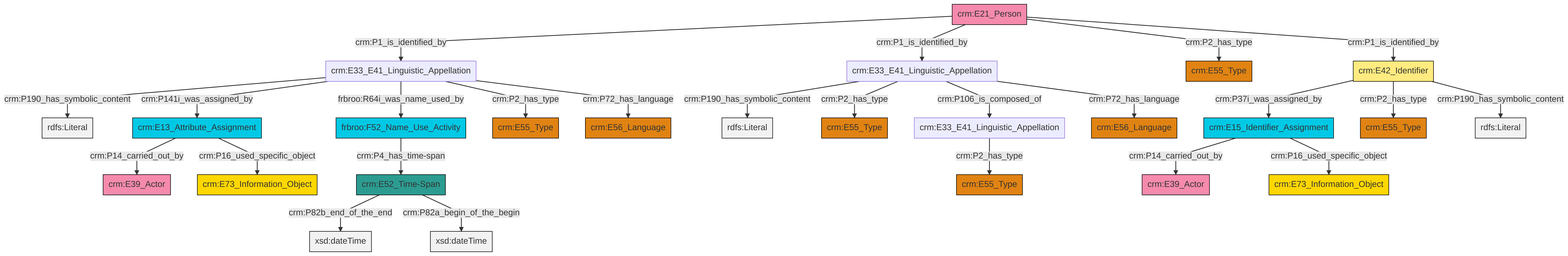
Before: et/personCSV/ttl/mmd/png/Person_Names_and_Classification.png, a diagram exported from Mermaid (swiss-art-research-net/docs.swissartresearch). Its source is kept beside it as et/personCSV/ttl/mmd/Person_Names_and_Classification.ttl.mmd.
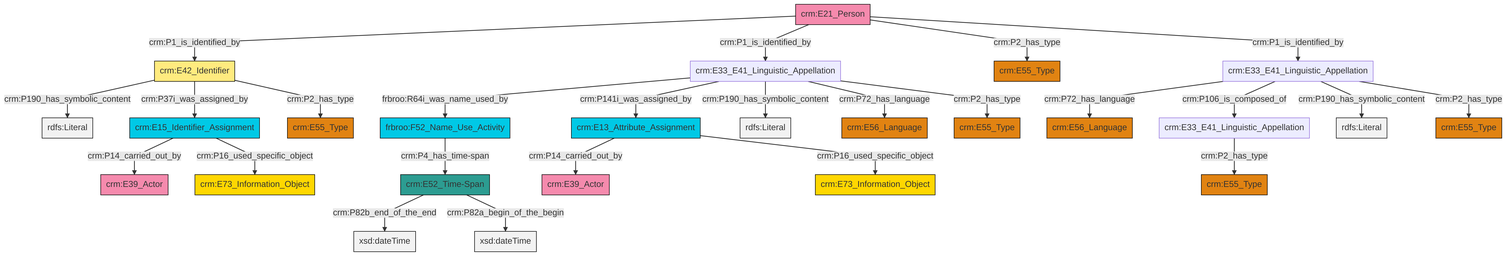
Above is the later version.

Change to the diagram source:
```diff
@@ -13,27 +13,27 @@
 classDef PC_Classes fill:#4ce600, stroke:#000000;
 classDef Multi fill:#cccccc,stroke:#000000;
 
-2["crm:E21_Person"]:::Actor -->|crm:P1_is_identified_by| 3["crm:E33_E41_Linguistic_Appellation"]:::Default
-4["crm:E33_E41_Linguistic_Appellation"]:::Default -->|crm:P190_has_symbolic_content| 5[rdfs:Literal]:::Literal
-2["crm:E21_Person"]:::Actor -->|crm:P1_is_identified_by| 4["crm:E33_E41_Linguistic_Appellation"]:::Default
-11["crm:E33_E41_Linguistic_Appellation"]:::Default -->|crm:P2_has_type| 12["crm:E55_Type"]:::Type
-13["crm:E52_Time-Span"]:::Time-Span -->|crm:P82b_end_of_the_end| 14[xsd:dateTime]:::Literal
-3["crm:E33_E41_Linguistic_Appellation"]:::Default -->|crm:P190_has_symbolic_content| 15[rdfs:Literal]:::Literal
-4["crm:E33_E41_Linguistic_Appellation"]:::Default -->|crm:P2_has_type| 8["crm:E55_Type"]:::Type
-18["crm:E42_Identifier"]:::Appellation -->|crm:P37i_was_assigned_by| 19["crm:E15_Identifier_Assignment"]:::Temporal_Entity
-4["crm:E33_E41_Linguistic_Appellation"]:::Default -->|crm:P106_is_composed_of| 11["crm:E33_E41_Linguistic_Appellation"]:::Default
-3["crm:E33_E41_Linguistic_Appellation"]:::Default -->|crm:P141i_was_assigned_by| 0["crm:E13_Attribute_Assignment"]:::Temporal_Entity
-3["crm:E33_E41_Linguistic_Appellation"]:::Default -->|frbroo:R64i_was_name_used_by| 6["frbroo:F52_Name_Use_Activity"]:::Temporal_Entity
-18["crm:E42_Identifier"]:::Appellation -->|crm:P2_has_type| 26["crm:E55_Type"]:::Type
-4["crm:E33_E41_Linguistic_Appellation"]:::Default -->|crm:P72_has_language| 28["crm:E56_Language"]:::Type
-13["crm:E52_Time-Span"]:::Time-Span -->|crm:P82a_begin_of_the_begin| 29[xsd:dateTime]:::Literal
-0["crm:E13_Attribute_Assignment"]:::Temporal_Entity -->|crm:P14_carried_out_by| 30["crm:E39_Actor"]:::Actor
-19["crm:E15_Identifier_Assignment"]:::Temporal_Entity -->|crm:P14_carried_out_by| 23["crm:E39_Actor"]:::Actor
-3["crm:E33_E41_Linguistic_Appellation"]:::Default -->|crm:P2_has_type| 35["crm:E55_Type"]:::Type
-19["crm:E15_Identifier_Assignment"]:::Temporal_Entity -->|crm:P16_used_specific_object| 20["crm:E73_Information_Object"]:::Conceptual_Object
-0["crm:E13_Attribute_Assignment"]:::Temporal_Entity -->|crm:P16_used_specific_object| 32["crm:E73_Information_Object"]:::Conceptual_Object
-6["frbroo:F52_Name_Use_Activity"]:::Temporal_Entity -->|crm:P4_has_time-span| 13["crm:E52_Time-Span"]:::Time-Span
-3["crm:E33_E41_Linguistic_Appellation"]:::Default -->|crm:P72_has_language| 38["crm:E56_Language"]:::Type
-2["crm:E21_Person"]:::Actor -->|crm:P2_has_type| 16["crm:E55_Type"]:::Type
-2["crm:E21_Person"]:::Actor -->|crm:P1_is_identified_by| 18["crm:E42_Identifier"]:::Appellation
-18["crm:E42_Identifier"]:::Appellation -->|crm:P190_has_symbolic_content| 45[rdfs:Literal]:::Literal
+4["crm:E13_Attribute_Assignment"]:::Temporal_Entity -->|crm:P14_carried_out_by| 2["crm:E39_Actor"]:::Actor
+5["crm:E33_E41_Linguistic_Appellation"]:::Default -->|crm:P2_has_type| 6["crm:E55_Type"]:::Type
+4["crm:E13_Attribute_Assignment"]:::Temporal_Entity -->|crm:P16_used_specific_object| 7["crm:E73_Information_Object"]:::Conceptual_Object
+9["crm:E15_Identifier_Assignment"]:::Temporal_Entity -->|crm:P14_carried_out_by| 10["crm:E39_Actor"]:::Actor
+0["crm:E21_Person"]:::Actor -->|crm:P1_is_identified_by| 13["crm:E42_Identifier"]:::Appellation
+14["crm:E33_E41_Linguistic_Appellation"]:::Default -->|frbroo:R64i_was_name_used_by| 11["frbroo:F52_Name_Use_Activity"]:::Temporal_Entity
+13["crm:E42_Identifier"]:::Appellation -->|crm:P190_has_symbolic_content| 16[rdfs:Literal]:::Literal
+17["crm:E33_E41_Linguistic_Appellation"]:::Default -->|crm:P72_has_language| 18["crm:E56_Language"]:::Type
+13["crm:E42_Identifier"]:::Appellation -->|crm:P37i_was_assigned_by| 9["crm:E15_Identifier_Assignment"]:::Temporal_Entity
+0["crm:E21_Person"]:::Actor -->|crm:P1_is_identified_by| 14["crm:E33_E41_Linguistic_Appellation"]:::Default
+17["crm:E33_E41_Linguistic_Appellation"]:::Default -->|crm:P106_is_composed_of| 5["crm:E33_E41_Linguistic_Appellation"]:::Default
+14["crm:E33_E41_Linguistic_Appellation"]:::Default -->|crm:P141i_was_assigned_by| 4["crm:E13_Attribute_Assignment"]:::Temporal_Entity
+17["crm:E33_E41_Linguistic_Appellation"]:::Default -->|crm:P190_has_symbolic_content| 27[rdfs:Literal]:::Literal
+11["frbroo:F52_Name_Use_Activity"]:::Temporal_Entity -->|crm:P4_has_time-span| 28["crm:E52_Time-Span"]:::Time-Span
+13["crm:E42_Identifier"]:::Appellation -->|crm:P2_has_type| 29["crm:E55_Type"]:::Type
+28["crm:E52_Time-Span"]:::Time-Span -->|crm:P82b_end_of_the_end| 30[xsd:dateTime]:::Literal
+14["crm:E33_E41_Linguistic_Appellation"]:::Default -->|crm:P190_has_symbolic_content| 33[rdfs:Literal]:::Literal
+0["crm:E21_Person"]:::Actor -->|crm:P2_has_type| 34["crm:E55_Type"]:::Type
+0["crm:E21_Person"]:::Actor -->|crm:P1_is_identified_by| 17["crm:E33_E41_Linguistic_Appellation"]:::Default
+14["crm:E33_E41_Linguistic_Appellation"]:::Default -->|crm:P72_has_language| 19["crm:E56_Language"]:::Type
+17["crm:E33_E41_Linguistic_Appellation"]:::Default -->|crm:P2_has_type| 35["crm:E55_Type"]:::Type
+14["crm:E33_E41_Linguistic_Appellation"]:::Default -->|crm:P2_has_type| 23["crm:E55_Type"]:::Type
+9["crm:E15_Identifier_Assignment"]:::Temporal_Entity -->|crm:P16_used_specific_object| 31["crm:E73_Information_Object"]:::Conceptual_Object
+28["crm:E52_Time-Span"]:::Time-Span -->|crm:P82a_begin_of_the_begin| 46[xsd:dateTime]:::Literal
```
